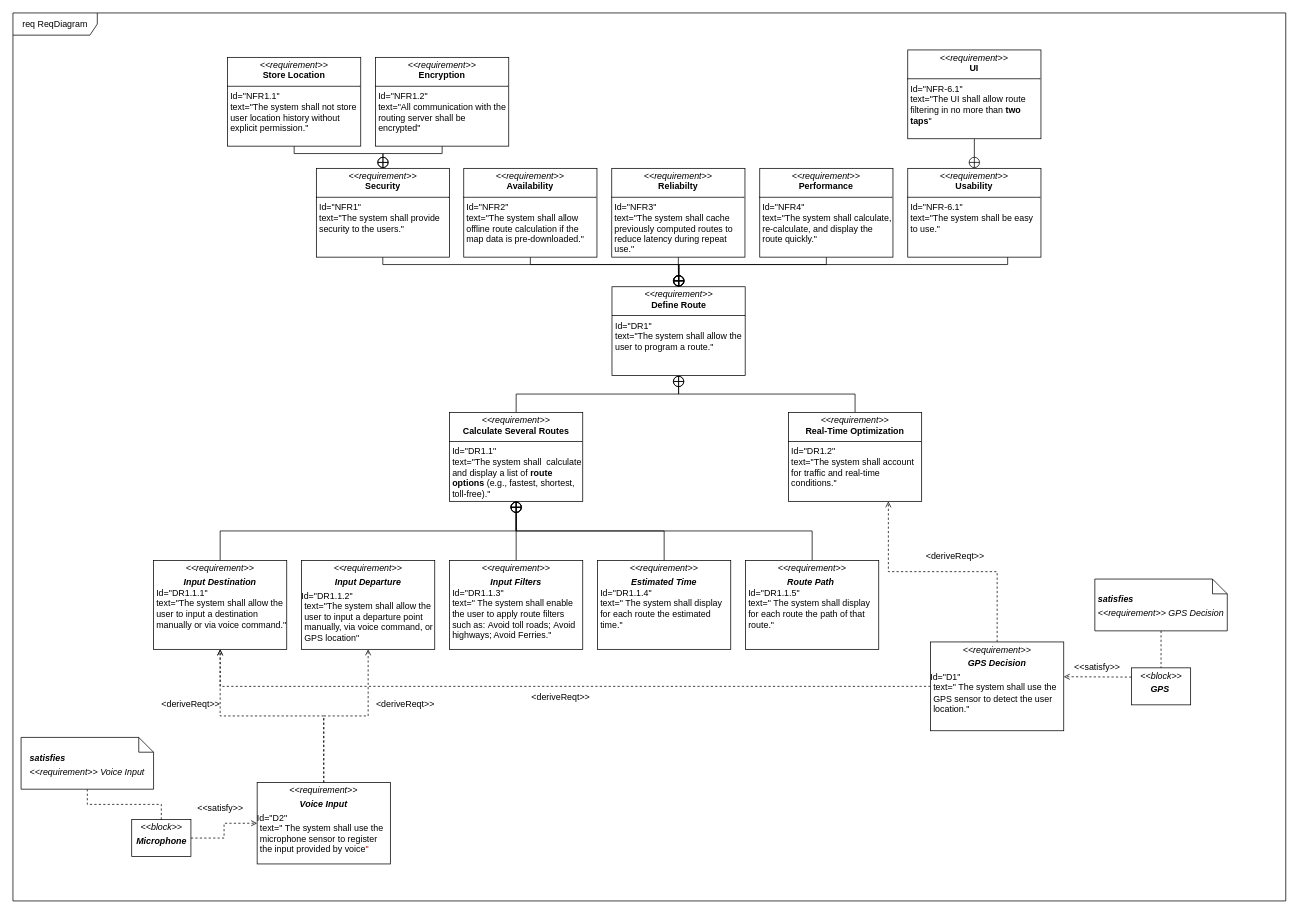
This is Diagrams/Requirement/Guilherme/Define Route.drawio from luislamy/msp, a draw.io file, before an edit. Source tidied: cells renumbered, new cells numbered last; positions are measured from the earlier drawing's top-left corner, leaving out a move shared by most shapes. Both pictures are drawn from the tidied source at 74%, with x=0, y=0 at pixel (13, 13).
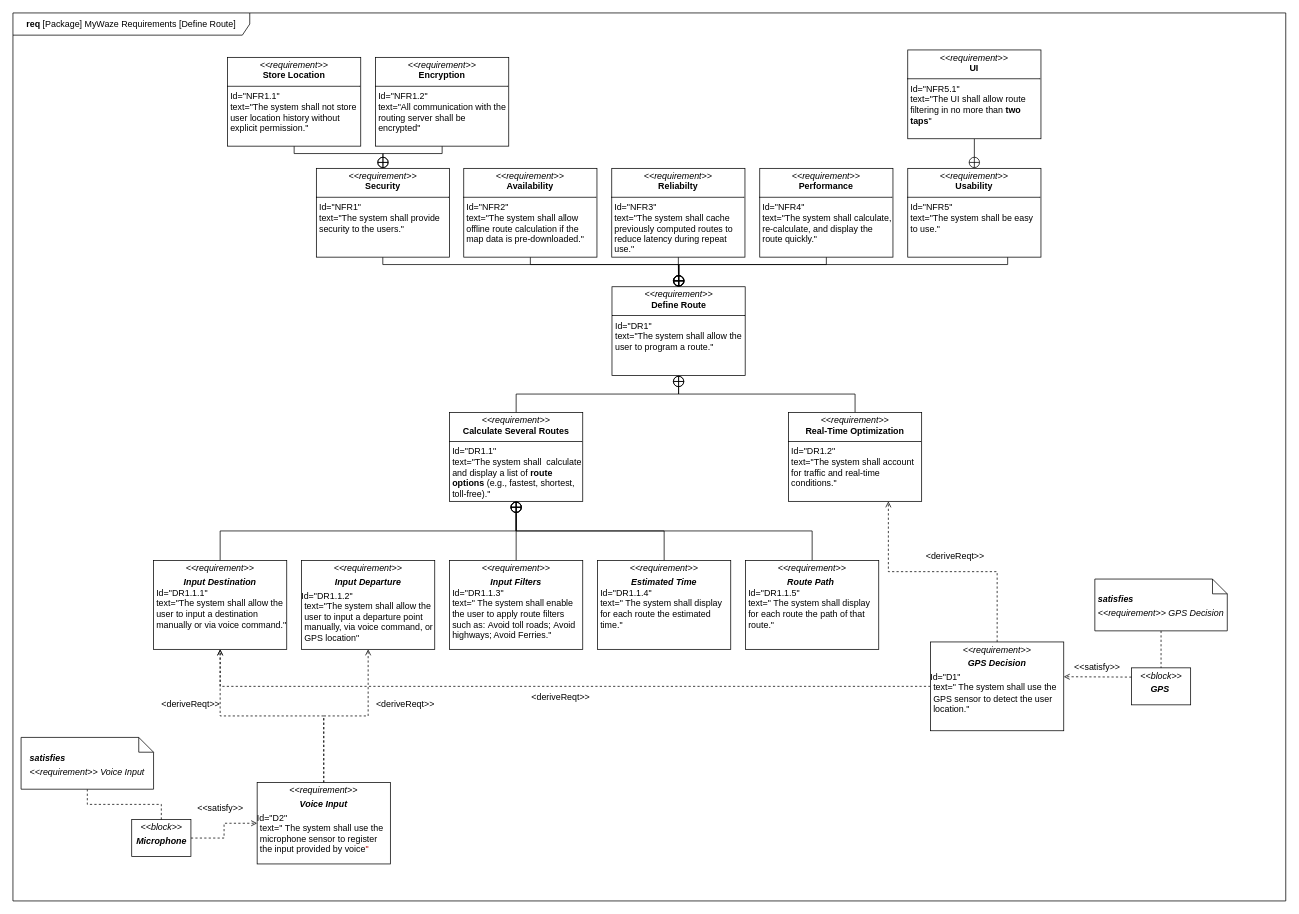
After the change.

Commit message (it also covers changes not shown here):
#4 #5 #9 Fixed SysMl diagrams

What changed in the source:
```diff
@@
-    <mxCell id="2" value="req ReqDiagram" style="shape=umlFrame;whiteSpace=wrap;html=1;width=114;height=30;" parent="1" vertex="1">
+    <mxCell id="2" value="&lt;b&gt;req&amp;nbsp;&lt;/b&gt;[Package] MyWaze Requirements [Define Route]" style="shape=umlFrame;whiteSpace=wrap;html=1;width=320;height=30;" parent="1" vertex="1">
       <mxGeometry width="1720" height="1200" as="geometry" />
     </mxCell>
@@
-    <mxCell id="14" value="&lt;p style=&quot;margin:0px;margin-top:4px;text-align:center;&quot;&gt;&lt;i&gt;&amp;lt;&amp;lt;requirement&amp;gt;&amp;gt;&lt;/i&gt;&lt;br&gt;&lt;b&gt;Usability&lt;/b&gt;&lt;/p&gt;&lt;hr size=&quot;1&quot; style=&quot;border-style:solid;&quot;&gt;&lt;p style=&quot;margin:0px;margin-left:4px;&quot;&gt;Id=&quot;NFR-6.1&quot;&lt;/p&gt;&lt;p style=&quot;margin:0px;margin-left:4px;&quot;&gt;text=&quot;The system shall be easy to use.&quot;&lt;/p&gt;" style="verticalAlign=top;align=left;overflow=fill;html=1;whiteSpace=wrap;" parent="1" vertex="1">
+    <mxCell id="14" value="&lt;p style=&quot;margin:0px;margin-top:4px;text-align:center;&quot;&gt;&lt;i&gt;&amp;lt;&amp;lt;requirement&amp;gt;&amp;gt;&lt;/i&gt;&lt;br&gt;&lt;b&gt;Usability&lt;/b&gt;&lt;/p&gt;&lt;hr size=&quot;1&quot; style=&quot;border-style:solid;&quot;&gt;&lt;p style=&quot;margin:0px;margin-left:4px;&quot;&gt;Id=&quot;NFR5&quot;&lt;/p&gt;&lt;p style=&quot;margin:0px;margin-left:4px;&quot;&gt;text=&quot;The system shall be easy to use.&quot;&lt;/p&gt;" style="verticalAlign=top;align=left;overflow=fill;html=1;whiteSpace=wrap;" parent="1" vertex="1">
       <mxGeometry x="1209.2" y="210" width="180" height="120" as="geometry" />
     </mxCell>
@@
-    <mxCell id="52" value="&lt;p style=&quot;margin:0px;margin-top:4px;text-align:center;&quot;&gt;&lt;i&gt;&amp;lt;&amp;lt;requirement&amp;gt;&amp;gt;&lt;/i&gt;&lt;br&gt;&lt;b&gt;UI&lt;/b&gt;&lt;/p&gt;&lt;hr size=&quot;1&quot; style=&quot;border-style:solid;&quot;&gt;&lt;p style=&quot;margin:0px;margin-left:4px;&quot;&gt;Id=&quot;NFR-6.1&quot;&lt;/p&gt;&lt;p style=&quot;margin:0px;margin-left:4px;&quot;&gt;text=&quot;The UI shall allow route filtering in no more than &lt;strong&gt;two taps&lt;/strong&gt;&quot;&lt;/p&gt;" style="verticalAlign=top;align=left;overflow=fill;html=1;whiteSpace=wrap;" parent="1" vertex="1">
+    <mxCell id="52" value="&lt;p style=&quot;margin:0px;margin-top:4px;text-align:center;&quot;&gt;&lt;i&gt;&amp;lt;&amp;lt;requirement&amp;gt;&amp;gt;&lt;/i&gt;&lt;br&gt;&lt;b&gt;UI&lt;/b&gt;&lt;/p&gt;&lt;hr size=&quot;1&quot; style=&quot;border-style:solid;&quot;&gt;&lt;p style=&quot;margin:0px;margin-left:4px;&quot;&gt;Id=&quot;NFR5.1&quot;&lt;/p&gt;&lt;p style=&quot;margin:0px;margin-left:4px;&quot;&gt;text=&quot;The UI shall allow route filtering in no more than &lt;strong&gt;two taps&lt;/strong&gt;&quot;&lt;/p&gt;" style="verticalAlign=top;align=left;overflow=fill;html=1;whiteSpace=wrap;" parent="1" vertex="1">
       <mxGeometry x="1209.2" y="50" width="180" height="120" as="geometry" />
     </mxCell>
```
